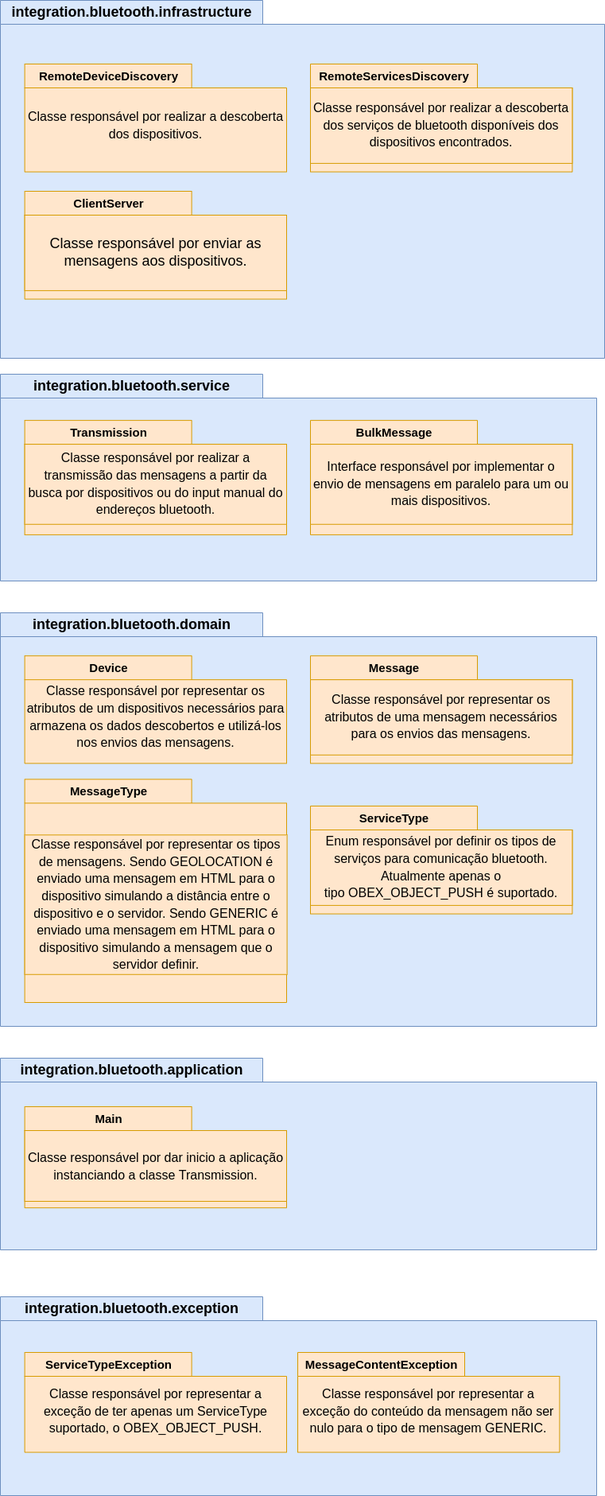
Above: assets/readme/diagrama-camadas.png in durvaal/bluetooth-integration (draw.io), before the change. Source tidied: cells renumbered, new cells last; positions are measured from the earlier drawing's top-left corner, leaving out a move shared by most shapes.
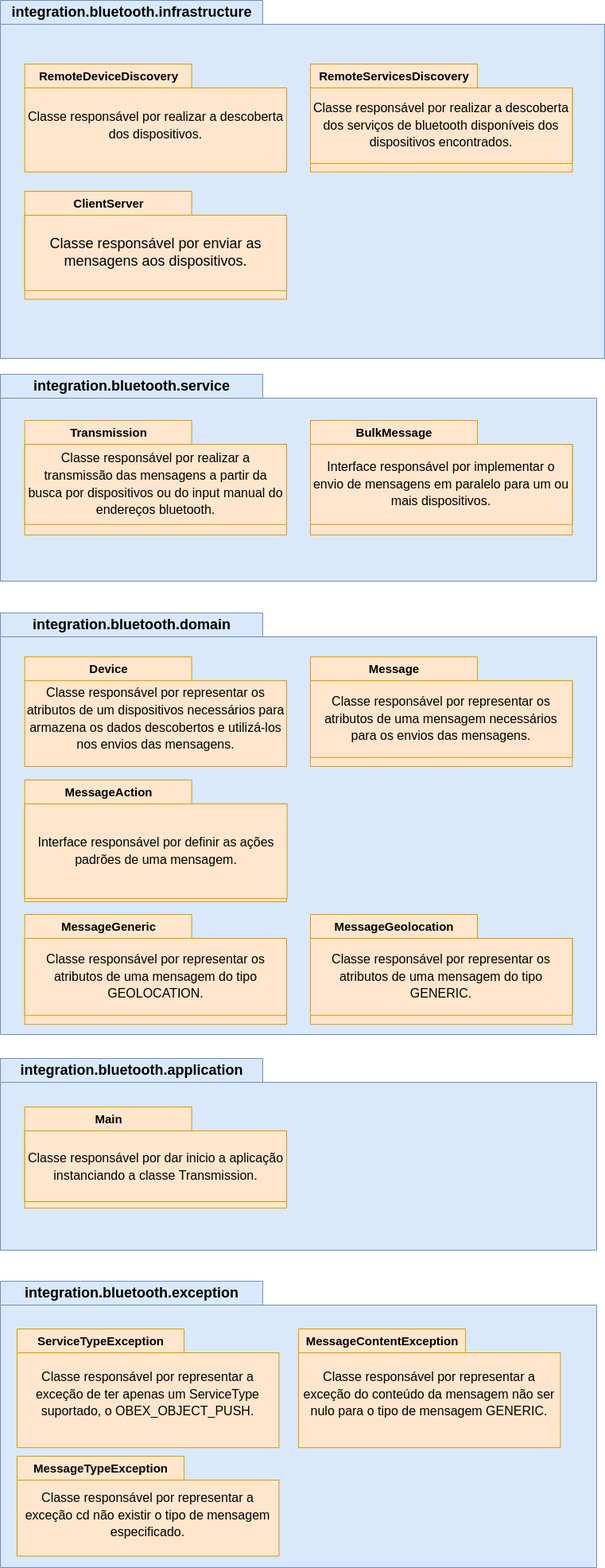
Later version of the same file.

The edit, as a diff of the source:
```diff
@@ -59,45 +59,53 @@
       </mxGeometry>
     </mxCell>
     <mxCell id="16" value="integration.bluetooth.domain" style="shape=folder;fontStyle=1;tabWidth=330;tabHeight=30;tabPosition=left;html=1;boundedLbl=1;labelInHeader=1;labelBackgroundColor=none;fontSize=18;fillColor=#dae8fc;strokeColor=#6c8ebf;" parent="1" vertex="1">
-      <mxGeometry y="770" width="750" height="520" as="geometry" />
+      <mxGeometry y="770" width="750" height="530" as="geometry" />
     </mxCell>
     <mxCell id="17" style="html=1;strokeColor=none;fillColor=none;labelBackgroundColor=default;fontSize=18;fontColor=#000000;align=left;" parent="16" vertex="1">
-      <mxGeometry width="750" height="258.16" relative="1" as="geometry">
+      <mxGeometry width="750" height="263.12" relative="1" as="geometry">
         <mxPoint y="30" as="offset" />
       </mxGeometry>
     </mxCell>
     <mxCell id="18" value="&lt;div style=&quot;text-align: left;&quot;&gt;&lt;span style=&quot;font-size: 15px;&quot;&gt;Device&lt;/span&gt;&lt;br&gt;&lt;/div&gt;" style="shape=folder;fontStyle=1;tabWidth=210;tabHeight=30;tabPosition=left;html=1;boundedLbl=1;labelInHeader=1;labelBackgroundColor=none;fontSize=18;fillColor=#ffe6cc;strokeColor=#d79b00;" parent="16" vertex="1">
-      <mxGeometry x="30.6" y="54.2" width="329.4" height="135.2" as="geometry" />
+      <mxGeometry x="30.6" y="55.2" width="329.4" height="137.8" as="geometry" />
     </mxCell>
     <mxCell id="19" value="&lt;font style=&quot;font-size: 16px;&quot;&gt;Classe responsável por representar os atributos de um dispositivos necessários para armazena os dados descobertos e utilizá-los nos envios das mensagens.&lt;/font&gt;" style="html=1;strokeColor=none;fillColor=none;labelBackgroundColor=none;fontSize=18;fontColor=#000000;whiteSpace=wrap;" parent="18" vertex="1">
-      <mxGeometry width="329.39" height="94.64" relative="1" as="geometry">
+      <mxGeometry width="329.39" height="96.46" relative="1" as="geometry">
         <mxPoint y="30" as="offset" />
       </mxGeometry>
     </mxCell>
     <mxCell id="20" value="&lt;div style=&quot;text-align: left;&quot;&gt;&lt;span style=&quot;font-size: 15px;&quot;&gt;Message&lt;/span&gt;&lt;br&gt;&lt;/div&gt;" style="shape=folder;fontStyle=1;tabWidth=210;tabHeight=30;tabPosition=left;html=1;boundedLbl=1;labelInHeader=1;labelBackgroundColor=none;fontSize=18;fillColor=#ffe6cc;strokeColor=#d79b00;" parent="16" vertex="1">
-      <mxGeometry x="390" y="54.2" width="329.4" height="135.2" as="geometry" />
+      <mxGeometry x="390" y="55.2" width="329.4" height="137.8" as="geometry" />
     </mxCell>
     <mxCell id="21" value="&lt;span style=&quot;font-size: 16px;&quot;&gt;Classe responsável por representar os atributos de uma mensagem necessários para os envios das mensagens.&lt;/span&gt;" style="html=1;strokeColor=#d79b00;fillColor=#ffe6cc;labelBackgroundColor=none;fontSize=18;whiteSpace=wrap;" parent="20" vertex="1">
-      <mxGeometry width="329.39" height="94.64" relative="1" as="geometry">
+      <mxGeometry width="329.39" height="96.46" relative="1" as="geometry">
         <mxPoint y="30" as="offset" />
       </mxGeometry>
     </mxCell>
-    <mxCell id="22" value="&lt;div style=&quot;text-align: left;&quot;&gt;&lt;span style=&quot;font-size: 15px;&quot;&gt;MessageType&lt;/span&gt;&lt;br&gt;&lt;/div&gt;" style="shape=folder;fontStyle=1;tabWidth=210;tabHeight=30;tabPosition=left;html=1;boundedLbl=1;labelInHeader=1;labelBackgroundColor=none;fontSize=18;fillColor=#ffe6cc;strokeColor=#d79b00;" parent="16" vertex="1">
-      <mxGeometry x="30.6" y="209.3" width="329.4" height="280.6" as="geometry" />
+    <mxCell id="22" value="&lt;div style=&quot;text-align: left;&quot;&gt;&lt;span style=&quot;font-size: 15px;&quot;&gt;MessageAction&lt;/span&gt;&lt;br&gt;&lt;/div&gt;" style="shape=folder;fontStyle=1;tabWidth=210;tabHeight=30;tabPosition=left;html=1;boundedLbl=1;labelInHeader=1;labelBackgroundColor=none;fontSize=18;fillColor=#ffe6cc;strokeColor=#d79b00;" parent="16" vertex="1">
+      <mxGeometry x="30.6" y="210" width="329.4" height="152.9" as="geometry" />
     </mxCell>
-    <mxCell id="23" value="&lt;font style=&quot;font-size: 16px;&quot;&gt;Classe responsável por representar os tipos de mensagens. Sendo&amp;nbsp;GEOLOCATION é enviado uma mensagem em HTML para o dispositivo simulando a distância entre o dispositivo e o servidor. Sendo&amp;nbsp;GENERIC é enviado uma mensagem em HTML para o dispositivo simulando a mensagem que o servidor definir.&lt;/font&gt;" style="html=1;strokeColor=#d79b00;fillColor=#ffe6cc;labelBackgroundColor=none;fontSize=18;whiteSpace=wrap;" parent="22" vertex="1">
-      <mxGeometry width="330" height="175.41" relative="1" as="geometry">
-        <mxPoint y="70" as="offset" />
+    <mxCell id="23" value="&lt;font style=&quot;font-size: 16px;&quot;&gt;Interface responsável por definir as ações padrões de uma mensagem.&lt;/font&gt;" style="html=1;strokeColor=#d79b00;fillColor=#ffe6cc;labelBackgroundColor=none;fontSize=18;whiteSpace=wrap;" parent="22" vertex="1">
+      <mxGeometry width="330" height="118.91" relative="1" as="geometry">
+        <mxPoint y="30" as="offset" />
       </mxGeometry>
     </mxCell>
-    <mxCell id="24" value="&lt;div style=&quot;text-align: left;&quot;&gt;&lt;span style=&quot;font-size: 15px;&quot;&gt;ServiceType&lt;/span&gt;&lt;br&gt;&lt;/div&gt;" style="shape=folder;fontStyle=1;tabWidth=210;tabHeight=30;tabPosition=left;html=1;boundedLbl=1;labelInHeader=1;labelBackgroundColor=none;fontSize=18;fillColor=#ffe6cc;strokeColor=#d79b00;" parent="16" vertex="1">
-      <mxGeometry x="390" y="243" width="329.4" height="135.6" as="geometry" />
+    <mxCell id="24" value="&lt;div style=&quot;text-align: left;&quot;&gt;&lt;span style=&quot;font-size: 15px;&quot;&gt;MessageGeneric&lt;/span&gt;&lt;br&gt;&lt;/div&gt;" style="shape=folder;fontStyle=1;tabWidth=210;tabHeight=30;tabPosition=left;html=1;boundedLbl=1;labelInHeader=1;labelBackgroundColor=none;fontSize=18;fillColor=#ffe6cc;strokeColor=#d79b00;" parent="16" vertex="1">
+      <mxGeometry x="30.6" y="379" width="329.4" height="138.2" as="geometry" />
     </mxCell>
-    <mxCell id="25" value="&lt;font style=&quot;font-size: 16px;&quot;&gt;Enum responsável por definir os tipos de serviços para comunicação bluetooth. Atualmente apenas o tipo&amp;nbsp;OBEX_OBJECT_PUSH é suportado.&lt;/font&gt;" style="html=1;strokeColor=#d79b00;fillColor=#ffe6cc;labelBackgroundColor=none;fontSize=18;whiteSpace=wrap;" parent="24" vertex="1">
-      <mxGeometry width="329.39" height="94.91" relative="1" as="geometry">
+    <mxCell id="25" value="&lt;font style=&quot;font-size: 16px;&quot;&gt;Classe responsável por representar os atributos de uma mensagem do tipo GEOLOCATION.&lt;/font&gt;" style="html=1;strokeColor=#d79b00;fillColor=#ffe6cc;labelBackgroundColor=none;fontSize=18;whiteSpace=wrap;" parent="24" vertex="1">
+      <mxGeometry width="329.39" height="96.74" relative="1" as="geometry">
         <mxPoint y="30" as="offset" />
       </mxGeometry>
     </mxCell>
+    <mxCell id="36" value="&lt;div style=&quot;text-align: left;&quot;&gt;&lt;span style=&quot;font-size: 15px;&quot;&gt;MessageGeolocation&lt;/span&gt;&lt;br&gt;&lt;/div&gt;" style="shape=folder;fontStyle=1;tabWidth=210;tabHeight=30;tabPosition=left;html=1;boundedLbl=1;labelInHeader=1;labelBackgroundColor=none;fontSize=18;fillColor=#ffe6cc;strokeColor=#d79b00;" parent="16" vertex="1">
+      <mxGeometry x="390" y="379" width="329.4" height="138.2" as="geometry" />
+    </mxCell>
+    <mxCell id="37" value="&lt;font style=&quot;font-size: 16px;&quot;&gt;Classe responsável por representar os atributos de uma mensagem do tipo GENERIC.&lt;/font&gt;" style="html=1;strokeColor=#d79b00;fillColor=#ffe6cc;labelBackgroundColor=none;fontSize=18;whiteSpace=wrap;" parent="36" vertex="1">
+      <mxGeometry width="329.39" height="96.74" relative="1" as="geometry">
+        <mxPoint y="30" as="offset" />
+      </mxGeometry>
+    </mxCell>
     <mxCell id="26" value="integration.bluetooth.application" style="shape=folder;fontStyle=1;tabWidth=330;tabHeight=30;tabPosition=left;html=1;boundedLbl=1;labelInHeader=1;labelBackgroundColor=none;fontSize=18;fillColor=#dae8fc;strokeColor=#6c8ebf;" parent="1" vertex="1">
       <mxGeometry y="1330" width="750" height="241" as="geometry" />
     </mxCell>
@@ -115,28 +123,36 @@
       </mxGeometry>
     </mxCell>
     <mxCell id="30" value="integration.bluetooth.exception" style="shape=folder;fontStyle=1;tabWidth=330;tabHeight=30;tabPosition=left;html=1;boundedLbl=1;labelInHeader=1;labelBackgroundColor=none;fontSize=18;fillColor=#dae8fc;strokeColor=#6c8ebf;" parent="1" vertex="1">
-      <mxGeometry y="1630" width="750" height="250" as="geometry" />
+      <mxGeometry y="1610" width="750" height="360" as="geometry" />
     </mxCell>
     <mxCell id="31" style="html=1;strokeColor=none;fillColor=none;labelBackgroundColor=default;fontSize=18;fontColor=#000000;align=left;" parent="30" vertex="1">
-      <mxGeometry width="750" height="143.84" relative="1" as="geometry">
+      <mxGeometry width="750" height="207.13" relative="1" as="geometry">
         <mxPoint y="30" as="offset" />
       </mxGeometry>
     </mxCell>
     <mxCell id="32" value="&lt;div style=&quot;text-align: left;&quot;&gt;&lt;span style=&quot;font-size: 15px;&quot;&gt;ServiceTypeException&lt;/span&gt;&lt;br&gt;&lt;/div&gt;" style="shape=folder;fontStyle=1;tabWidth=210;tabHeight=30;tabPosition=left;html=1;boundedLbl=1;labelInHeader=1;labelBackgroundColor=none;fontSize=18;fillColor=#ffe6cc;strokeColor=#d79b00;" parent="30" vertex="1">
-      <mxGeometry x="30.6" y="70" width="329.4" height="125.6" as="geometry" />
+      <mxGeometry x="21" y="60" width="329.4" height="149.2" as="geometry" />
     </mxCell>
     <mxCell id="33" value="&lt;font style=&quot;font-size: 16px;&quot;&gt;Classe responsável por representar a exceção de ter apenas um&amp;nbsp;ServiceType suportado, o OBEX_OBJECT_PUSH.&lt;/font&gt;" style="html=1;strokeColor=none;fillColor=none;labelBackgroundColor=none;fontSize=18;fontColor=#000000;whiteSpace=wrap;" parent="32" vertex="1">
-      <mxGeometry width="329.39" height="87.89" relative="1" as="geometry">
+      <mxGeometry width="329.39" height="104.44" relative="1" as="geometry">
         <mxPoint y="30" as="offset" />
       </mxGeometry>
     </mxCell>
     <mxCell id="34" value="&lt;div style=&quot;text-align: left;&quot;&gt;&lt;span style=&quot;font-size: 15px;&quot;&gt;MessageContentException&lt;/span&gt;&lt;br&gt;&lt;/div&gt;" style="shape=folder;fontStyle=1;tabWidth=210;tabHeight=30;tabPosition=left;html=1;boundedLbl=1;labelInHeader=1;labelBackgroundColor=none;fontSize=18;fillColor=#ffe6cc;strokeColor=#d79b00;" parent="30" vertex="1">
-      <mxGeometry x="374" y="70" width="329.4" height="125.6" as="geometry" />
+      <mxGeometry x="375" y="60" width="329.4" height="149.2" as="geometry" />
     </mxCell>
     <mxCell id="35" value="&lt;font style=&quot;font-size: 16px;&quot;&gt;Classe responsável por representar a exceção do conteúdo da mensagem não ser nulo para o tipo de mensagem GENERIC.&lt;/font&gt;" style="html=1;strokeColor=none;fillColor=none;labelBackgroundColor=none;fontSize=18;fontColor=#000000;whiteSpace=wrap;" parent="34" vertex="1">
-      <mxGeometry width="329.39" height="87.89" relative="1" as="geometry">
+      <mxGeometry width="329.39" height="104.44" relative="1" as="geometry">
         <mxPoint y="30" as="offset" />
       </mxGeometry>
     </mxCell>
+    <mxCell id="38" value="&lt;div style=&quot;text-align: left;&quot;&gt;&lt;span style=&quot;font-size: 15px;&quot;&gt;MessageTypeException&lt;/span&gt;&lt;br&gt;&lt;/div&gt;" style="shape=folder;fontStyle=1;tabWidth=210;tabHeight=30;tabPosition=left;html=1;boundedLbl=1;labelInHeader=1;labelBackgroundColor=none;fontSize=18;fillColor=#ffe6cc;strokeColor=#d79b00;" parent="30" vertex="1">
+      <mxGeometry x="21" y="220" width="329.4" height="125.6" as="geometry" />
+    </mxCell>
+    <mxCell id="39" value="&lt;font style=&quot;font-size: 16px;&quot;&gt;Classe responsável por representar a exceção cd não existir o tipo de mensagem especificado.&lt;/font&gt;" style="html=1;strokeColor=none;fillColor=none;labelBackgroundColor=none;fontSize=18;fontColor=#000000;whiteSpace=wrap;" parent="38" vertex="1">
+      <mxGeometry width="329.39" height="87.89" relative="1" as="geometry">
+        <mxPoint y="30" as="offset" />
+      </mxGeometry>
+    </mxCell>
   </root>
 </mxGraphModel>
```
